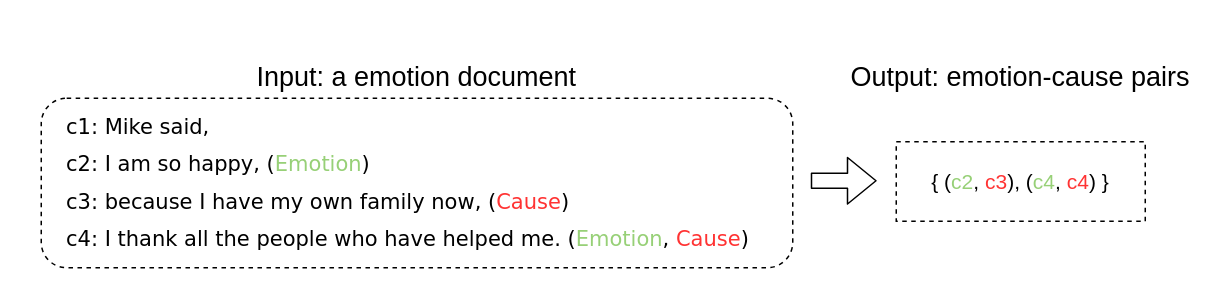
Before: doc_example.drawio in zhoucz97/paper_figure, a draw.io diagram. Source tidied: cells renumbered, new cells numbered last; positions are measured from the earlier drawing's top-left corner, leaving out a move shared by most shapes. Both pictures are drawn from the tidied source at 150%, with x=0, y=0 at pixel (40, 56).
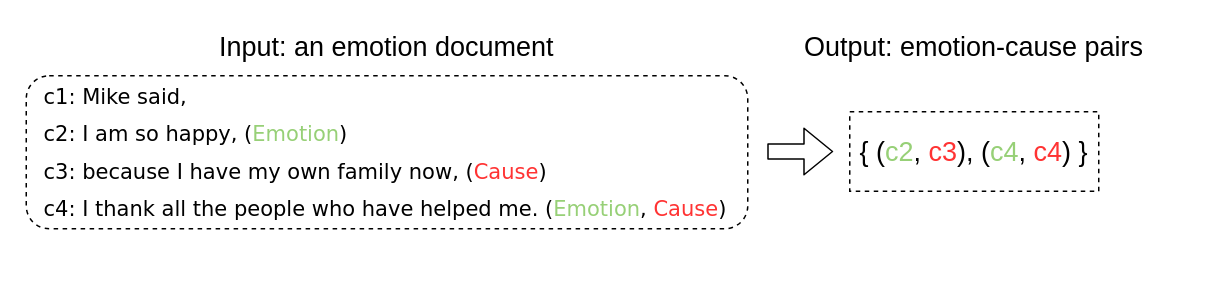
Above is the later version.

The edit, as a diff of the source:
```diff
@@
 <mxGraphModel>
   <root>
     <mxCell id="0" />
     <mxCell id="1" parent="0" />
     <mxCell id="2" style="rounded=1;whiteSpace=wrap;html=1;dashed=1;strokeWidth=1;perimeterSpacing=1;" parent="1" vertex="1">
-      <mxGeometry y="28" width="501" height="113" as="geometry" />
+      <mxGeometry x="-10" y="13" width="481" height="102" as="geometry" />
     </mxCell>
     <mxCell id="3" value="&lt;p&gt;&lt;font face=&quot;Verdana&quot; style=&quot;line-height: 200%&quot;&gt;&lt;font style=&quot;font-size: 14px&quot;&gt;&lt;font&gt;c1: Mike said,&lt;br&gt;&lt;/font&gt;&lt;font&gt;c2: I am so happy, (&lt;font color=&quot;#97d077&quot;&gt;Emotion&lt;/font&gt;)&lt;br&gt;&lt;/font&gt;&lt;font&gt;c3: because I have my own family now, (&lt;font color=&quot;#ff3333&quot;&gt;Cause&lt;/font&gt;)&lt;br&gt;&lt;/font&gt;&lt;font&gt;c4: I thank all the people who have helped me. (&lt;font color=&quot;#97d077&quot;&gt;Emotion&lt;/font&gt;,&lt;font color=&quot;#ea6b66&quot;&gt; &lt;/font&gt;&lt;font color=&quot;#ff3333&quot;&gt;Cause&lt;/font&gt;)&lt;/font&gt;&lt;/font&gt;&lt;br&gt;&lt;/font&gt;&lt;/p&gt;" style="text;html=1;strokeColor=none;fillColor=none;align=left;verticalAlign=middle;whiteSpace=wrap;rounded=0;strokeWidth=9;perimeterSpacing=1;" parent="1" vertex="1">
-      <mxGeometry x="15" y="31" width="488" height="105" as="geometry" />
+      <mxGeometry y="11" width="473" height="105" as="geometry" />
     </mxCell>
-    <mxCell id="4" value="&lt;font style=&quot;font-size: 18px&quot;&gt;Input: a emotion document&lt;/font&gt;" style="text;html=1;strokeColor=none;fillColor=none;align=center;verticalAlign=middle;whiteSpace=wrap;rounded=0;dashed=1;" parent="1" vertex="1">
-      <mxGeometry x="129" width="243" height="28" as="geometry" />
+    <mxCell id="4" value="&lt;font style=&quot;font-size: 18px&quot;&gt;Input: an emotion document&lt;/font&gt;" style="text;html=1;strokeColor=none;fillColor=none;align=center;verticalAlign=middle;whiteSpace=wrap;rounded=0;dashed=1;" parent="1" vertex="1">
+      <mxGeometry x="109" y="-20" width="243" height="28" as="geometry" />
     </mxCell>
     <mxCell id="5" value="&lt;font style=&quot;font-size: 18px&quot;&gt;Output: emotion-cause pairs&lt;/font&gt;" style="text;html=1;strokeColor=none;fillColor=none;align=center;verticalAlign=middle;whiteSpace=wrap;rounded=0;dashed=1;" parent="1" vertex="1">
-      <mxGeometry x="534" width="238" height="28" as="geometry" />
+      <mxGeometry x="506.2" y="-20" width="231.5" height="28" as="geometry" />
     </mxCell>
-    <mxCell id="6" value="&lt;font style=&quot;font-size: 14px&quot;&gt;{ (&lt;font color=&quot;#97d077&quot;&gt;c2&lt;/font&gt;, &lt;font color=&quot;#ff3333&quot;&gt;c3&lt;/font&gt;), (&lt;font color=&quot;#97d077&quot;&gt;c4&lt;/font&gt;, &lt;font color=&quot;#ff3333&quot;&gt;c4&lt;/font&gt;) }&lt;/font&gt;" style="rounded=0;whiteSpace=wrap;html=1;dashed=1;strokeWidth=1;" parent="1" vertex="1">
-      <mxGeometry x="570" y="57" width="166" height="53" as="geometry" />
+    <mxCell id="6" value="&lt;font style=&quot;font-size: 18px&quot;&gt;{ (&lt;font color=&quot;#97d077&quot;&gt;c2&lt;/font&gt;, &lt;font color=&quot;#ff3333&quot;&gt;c3&lt;/font&gt;), (&lt;font color=&quot;#97d077&quot;&gt;c4&lt;/font&gt;, &lt;font color=&quot;#ff3333&quot;&gt;c4&lt;/font&gt;) }&lt;/font&gt;" style="rounded=0;whiteSpace=wrap;html=1;dashed=1;strokeWidth=1;" parent="1" vertex="1">
+      <mxGeometry x="539" y="37" width="166" height="53" as="geometry" />
     </mxCell>
     <mxCell id="7" style="endArrow=classic;html=1;shape=flexArrow;" parent="1" edge="1">
       <mxGeometry relative="1" as="geometry">
-        <mxPoint x="513" y="83" as="sourcePoint" />
-        <mxPoint x="557" y="83" as="targetPoint" />
+        <mxPoint x="484" y="63.5" as="sourcePoint" />
+        <mxPoint x="528" y="63.5" as="targetPoint" />
       </mxGeometry>
     </mxCell>
   </root>
 </mxGraphModel>
```
